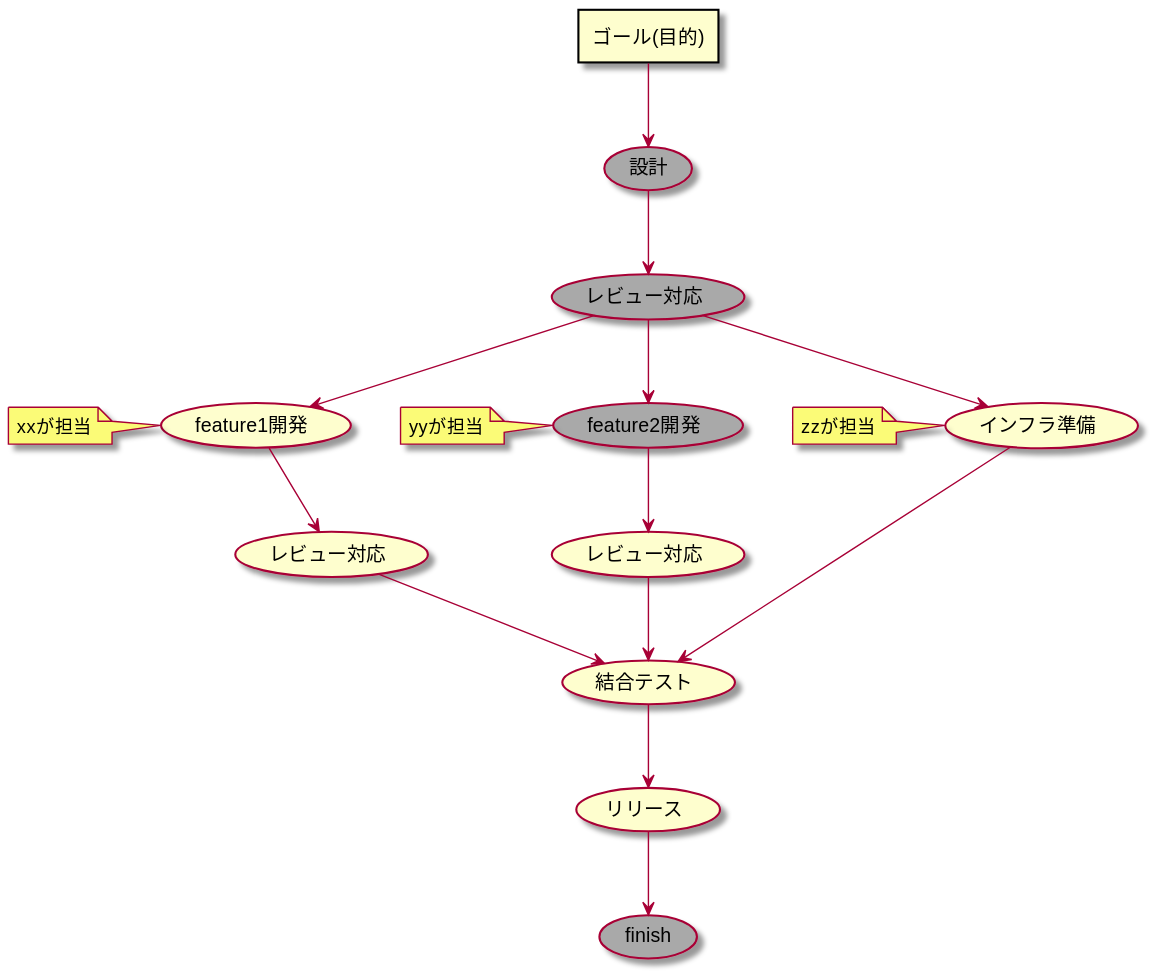
ddddddO/gdag keeps this PlantUML diagram as dag.svg. Above is the earlier version. Its diagram source:
```plantuml
@startuml
rectangle "ゴール(目的)" as 1
usecase "設計" as 2 #DarkGray
usecase "レビュー対応" as 3 #DarkGray
usecase "feature1開発" as 4
note left
xxが担当
end note
usecase "レビュー対応" as 5
usecase "結合テスト" as 9
usecase "リリース" as 10
usecase "finish" as 11 #DarkGray
usecase "feature2開発" as 6 #DarkGray
note left
yyが担当
end note
usecase "レビュー対応" as 7
usecase "インフラ準備" as 8
note left
zzが担当
end note

1 --> 2
2 --> 3
3 --> 4
4 --> 5
5 --> 9
9 --> 10
10 --> 11
3 --> 6
6 --> 7
7 --> 9
3 --> 8
8 --> 9

@enduml
```
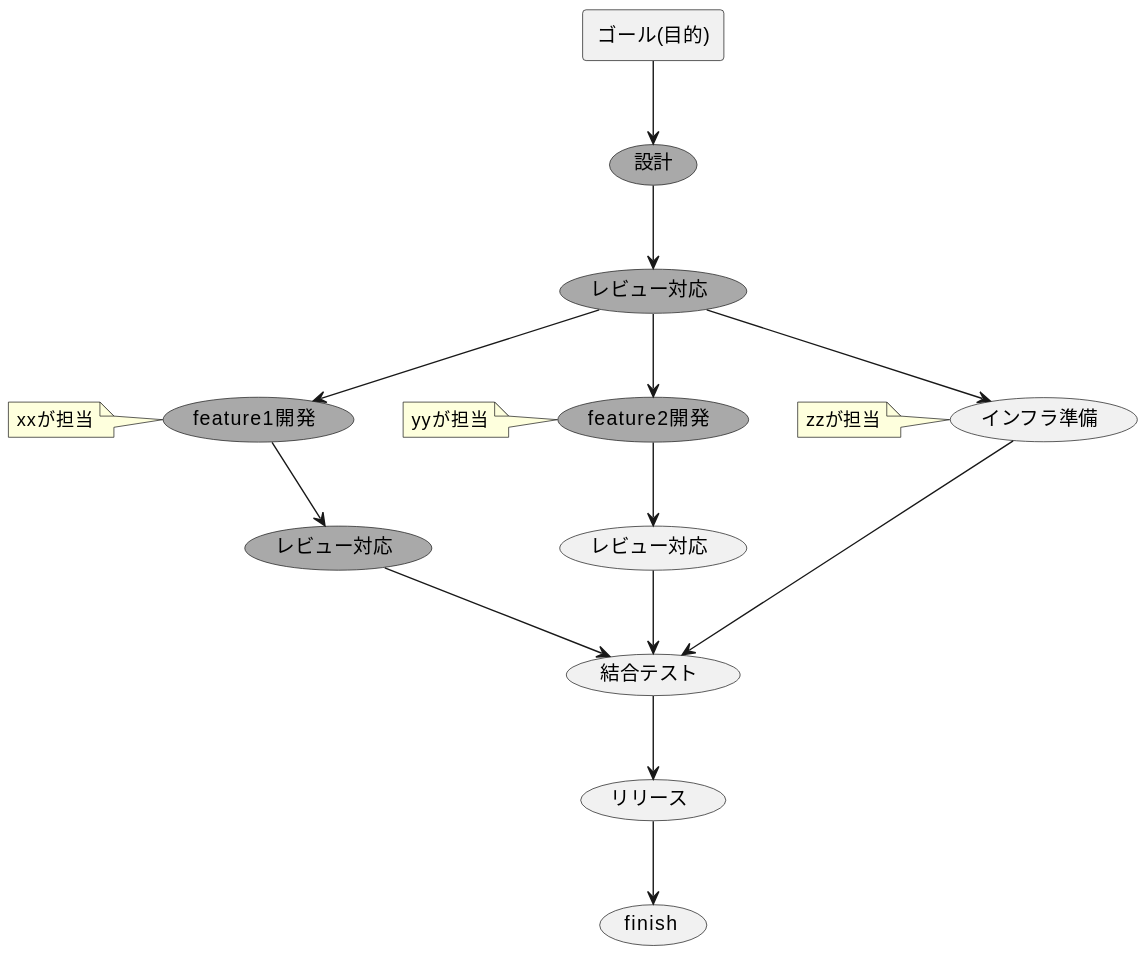
The same file after the commit.

The edit, as a diff of the source:
```diff
@@ -2,14 +2,14 @@
 rectangle "ゴール(目的)" as 1
 usecase "設計" as 2 #DarkGray
 usecase "レビュー対応" as 3 #DarkGray
-usecase "feature1開発" as 4
+usecase "feature1開発" as 4 #DarkGray
 note left
 xxが担当
 end note
-usecase "レビュー対応" as 5
+usecase "レビュー対応" as 5 #DarkGray
 usecase "結合テスト" as 9
 usecase "リリース" as 10
-usecase "finish" as 11 #DarkGray
+usecase "finish" as 11
 usecase "feature2開発" as 6 #DarkGray
 note left
 yyが担当
@@ -32,5 +32,4 @@
 7 --> 9
 3 --> 8
 8 --> 9
-
 @enduml
```
